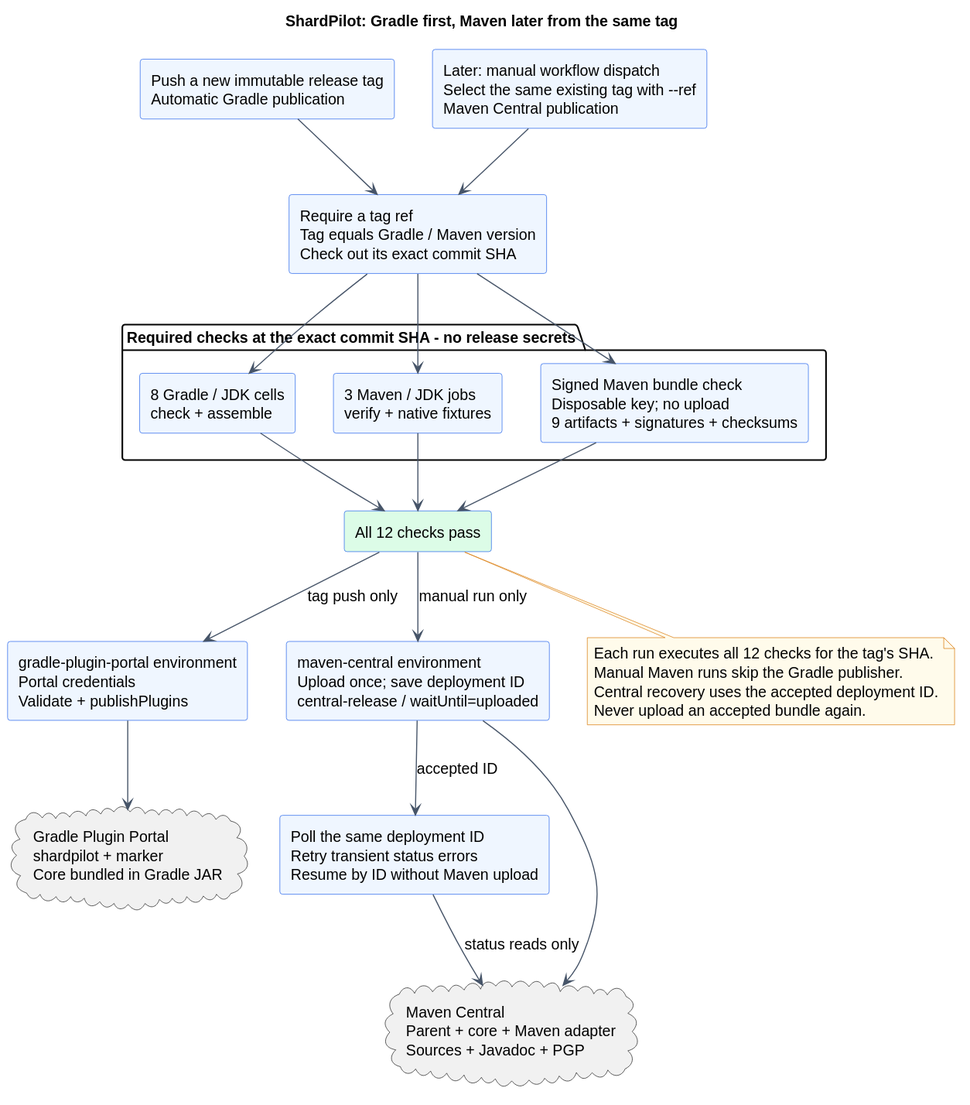
Above: docs/diagrams/publication.svg in sjacek/shardpilot (PlantUML), before the change. Its source is kept beside it as docs/diagrams/publication.puml.
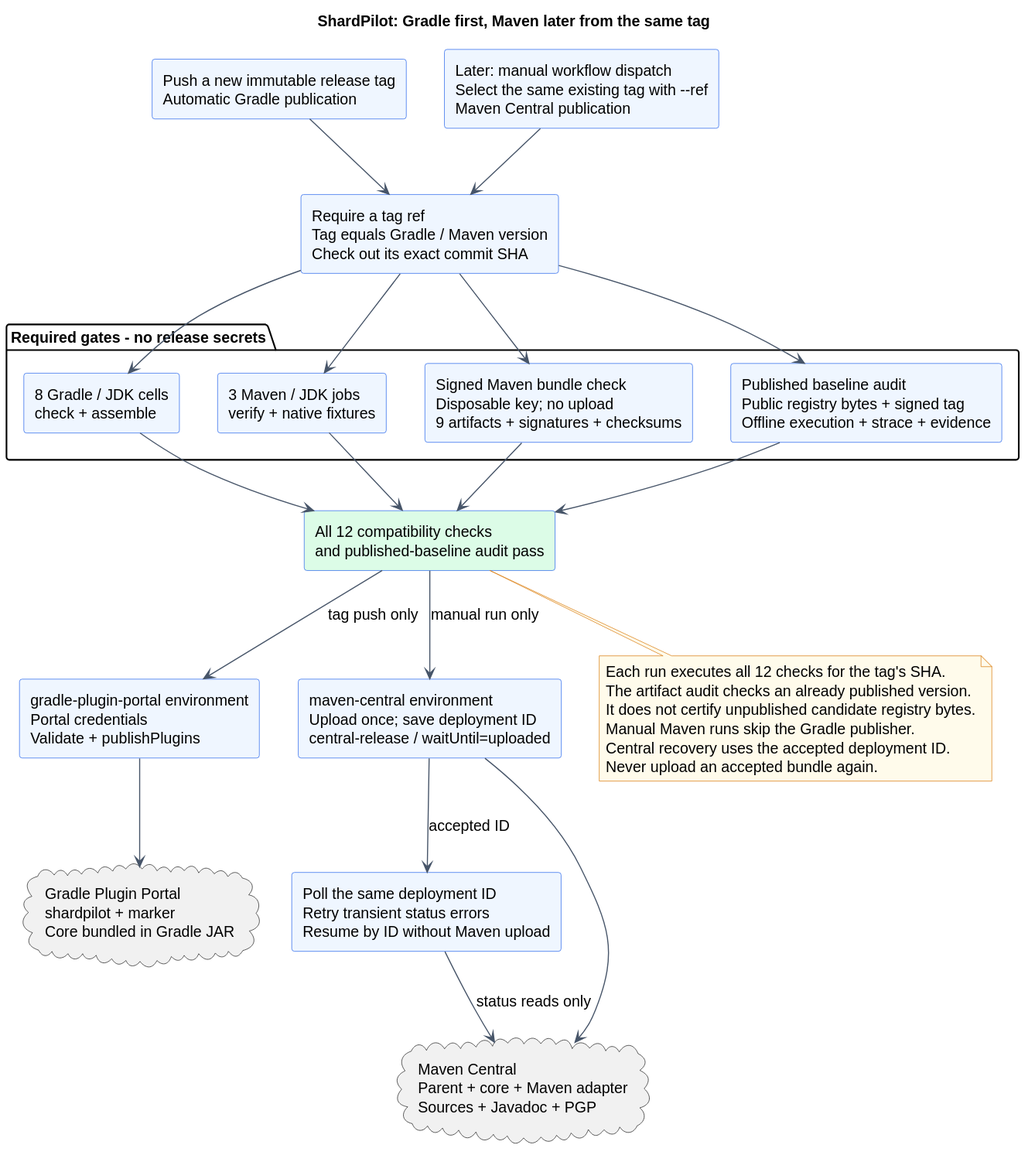
After the change.

Change to the diagram source:
```diff
@@ -15,12 +15,13 @@
 component "Push a new immutable release tag\nAutomatic Gradle publication" as tag
 component "Later: manual workflow dispatch\nSelect the same existing tag with --ref\nMaven Central publication" as manual
 component "Require a tag ref\nTag equals Gradle / Maven version\nCheck out its exact commit SHA" as validate
-package "Required checks at the exact commit SHA - no release secrets" {
+package "Required gates - no release secrets" {
   component "8 Gradle / JDK cells\ncheck + assemble" as gradleChecks
   component "3 Maven / JDK jobs\nverify + native fixtures" as mavenChecks
   component "Signed Maven bundle check\nDisposable key; no upload\n9 artifacts + signatures + checksums" as bundle
+  component "Published baseline audit\nPublic registry bytes + signed tag\nOffline execution + strace + evidence" as audit
 }
-component "All 12 checks pass" as gate #DCFCE7
+component "All 12 compatibility checks\nand published-baseline audit pass" as gate #DCFCE7
 component "gradle-plugin-portal environment\nPortal credentials\nValidate + publishPlugins" as gradlePublish
 component "maven-central environment\nUpload once; save deployment ID\ncentral-release / waitUntil=uploaded" as mavenPublish
 component "Poll the same deployment ID\nRetry transient status errors\nResume by ID without Maven upload" as status
@@ -32,9 +33,11 @@
 validate --> gradleChecks
 validate --> mavenChecks
 validate --> bundle
+validate --> audit
 gradleChecks --> gate
 mavenChecks --> gate
 bundle --> gate
+audit --> gate
 gate --> gradlePublish : tag push only
 gate --> mavenPublish : manual run only
 gradlePublish --> portal
@@ -44,6 +47,8 @@
 
 note bottom of gate
   Each run executes all 12 checks for the tag's SHA.
+  The artifact audit checks an already published version.
+  It does not certify unpublished candidate registry bytes.
   Manual Maven runs skip the Gradle publisher.
   Central recovery uses the accepted deployment ID.
   Never upload an accepted bundle again.
```
